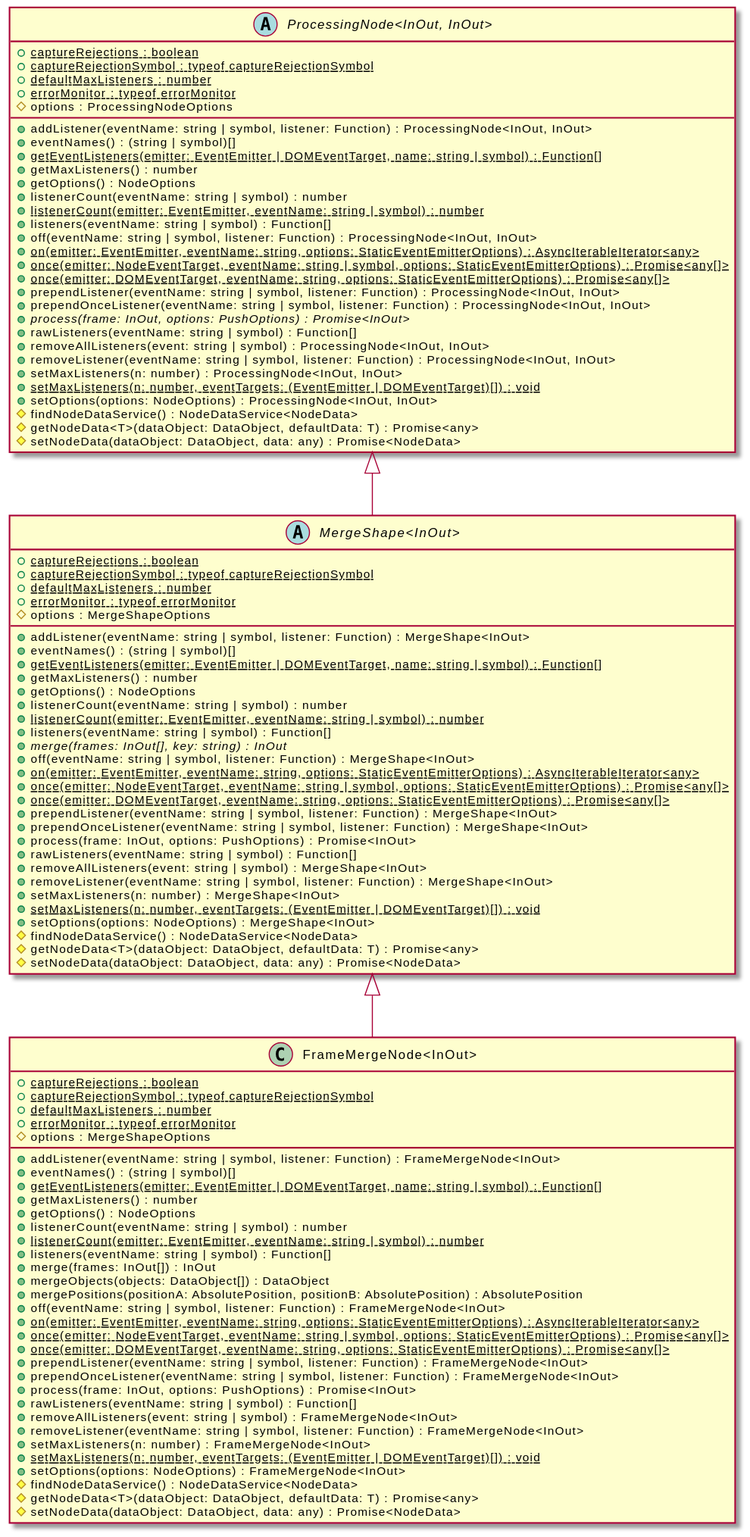
Before: assets/MergeShape-umlClassDiagram-11649.svg, a diagram exported from PlantUML (OpenHPS/openhps-core). Its diagram source:
```plantuml
@startuml
skinparam BackgroundColor transparent
hide empty methods
hide empty fields
abstract class "MergeShape<InOut>" {
    {static} +captureRejections : boolean
    {static} +captureRejectionSymbol : typeof captureRejectionSymbol
    {static} +defaultMaxListeners : number
    {static} +errorMonitor : typeof errorMonitor
    #options : MergeShapeOptions
    +addListener(eventName: string | symbol, listener: Function) : MergeShape<InOut>
    +eventNames() : (string | symbol)[]
    {static} +getEventListeners(emitter: EventEmitter | DOMEventTarget, name: string | symbol) : Function[]
    +getMaxListeners() : number
    +getOptions() : NodeOptions
    +listenerCount(eventName: string | symbol) : number
    {static} +listenerCount(emitter: EventEmitter, eventName: string | symbol) : number
    +listeners(eventName: string | symbol) : Function[]
    {abstract} +merge(frames: InOut[], key: string) : InOut
    +off(eventName: string | symbol, listener: Function) : MergeShape<InOut>
    {static} +on(emitter: EventEmitter, eventName: string, options: StaticEventEmitterOptions) : AsyncIterableIterator<any>
    {static} +once(emitter: NodeEventTarget, eventName: string | symbol, options: StaticEventEmitterOptions) : Promise<any[]>
    {static} +once(emitter: DOMEventTarget, eventName: string, options: StaticEventEmitterOptions) : Promise<any[]>
    +prependListener(eventName: string | symbol, listener: Function) : MergeShape<InOut>
    +prependOnceListener(eventName: string | symbol, listener: Function) : MergeShape<InOut>
    +process(frame: InOut, options: PushOptions) : Promise<InOut>
    +rawListeners(eventName: string | symbol) : Function[]
    +removeAllListeners(event: string | symbol) : MergeShape<InOut>
    +removeListener(eventName: string | symbol, listener: Function) : MergeShape<InOut>
    +setMaxListeners(n: number) : MergeShape<InOut>
    {static} +setMaxListeners(n: number, eventTargets: (EventEmitter | DOMEventTarget)[]) : void
    +setOptions(options: NodeOptions) : MergeShape<InOut>
    #findNodeDataService() : NodeDataService<NodeData>
    #getNodeData<T>(dataObject: DataObject, defaultData: T) : Promise<any>
    #setNodeData(dataObject: DataObject, data: any) : Promise<NodeData>
}
abstract class "ProcessingNode<InOut, InOut>" {
    {static} +captureRejections : boolean
    {static} +captureRejectionSymbol : typeof captureRejectionSymbol
    {static} +defaultMaxListeners : number
    {static} +errorMonitor : typeof errorMonitor
    #options : ProcessingNodeOptions
    +addListener(eventName: string | symbol, listener: Function) : ProcessingNode<InOut, InOut>
    +eventNames() : (string | symbol)[]
    {static} +getEventListeners(emitter: EventEmitter | DOMEventTarget, name: string | symbol) : Function[]
    +getMaxListeners() : number
    +getOptions() : NodeOptions
    +listenerCount(eventName: string | symbol) : number
    {static} +listenerCount(emitter: EventEmitter, eventName: string | symbol) : number
    +listeners(eventName: string | symbol) : Function[]
    +off(eventName: string | symbol, listener: Function) : ProcessingNode<InOut, InOut>
    {static} +on(emitter: EventEmitter, eventName: string, options: StaticEventEmitterOptions) : AsyncIterableIterator<any>
    {static} +once(emitter: NodeEventTarget, eventName: string | symbol, options: StaticEventEmitterOptions) : Promise<any[]>
    {static} +once(emitter: DOMEventTarget, eventName: string, options: StaticEventEmitterOptions) : Promise<any[]>
    +prependListener(eventName: string | symbol, listener: Function) : ProcessingNode<InOut, InOut>
    +prependOnceListener(eventName: string | symbol, listener: Function) : ProcessingNode<InOut, InOut>
    {abstract} +process(frame: InOut, options: PushOptions) : Promise<InOut>
    +rawListeners(eventName: string | symbol) : Function[]
    +removeAllListeners(event: string | symbol) : ProcessingNode<InOut, InOut>
    +removeListener(eventName: string | symbol, listener: Function) : ProcessingNode<InOut, InOut>
    +setMaxListeners(n: number) : ProcessingNode<InOut, InOut>
    {static} +setMaxListeners(n: number, eventTargets: (EventEmitter | DOMEventTarget)[]) : void
    +setOptions(options: NodeOptions) : ProcessingNode<InOut, InOut>
    #findNodeDataService() : NodeDataService<NodeData>
    #getNodeData<T>(dataObject: DataObject, defaultData: T) : Promise<any>
    #setNodeData(dataObject: DataObject, data: any) : Promise<NodeData>
}
"ProcessingNode<InOut, InOut>" <|-- "MergeShape<InOut>"
class "FrameMergeNode<InOut>" {
    {static} +captureRejections : boolean
    {static} +captureRejectionSymbol : typeof captureRejectionSymbol
    {static} +defaultMaxListeners : number
    {static} +errorMonitor : typeof errorMonitor
    #options : MergeShapeOptions
    +addListener(eventName: string | symbol, listener: Function) : FrameMergeNode<InOut>
    +eventNames() : (string | symbol)[]
    {static} +getEventListeners(emitter: EventEmitter | DOMEventTarget, name: string | symbol) : Function[]
    +getMaxListeners() : number
    +getOptions() : NodeOptions
    +listenerCount(eventName: string | symbol) : number
    {static} +listenerCount(emitter: EventEmitter, eventName: string | symbol) : number
    +listeners(eventName: string | symbol) : Function[]
    +merge(frames: InOut[]) : InOut
    +mergeObjects(objects: DataObject[]) : DataObject
    +mergePositions(positionA: AbsolutePosition, positionB: AbsolutePosition) : AbsolutePosition
    +off(eventName: string | symbol, listener: Function) : FrameMergeNode<InOut>
    {static} +on(emitter: EventEmitter, eventName: string, options: StaticEventEmitterOptions) : AsyncIterableIterator<any>
    {static} +once(emitter: NodeEventTarget, eventName: string | symbol, options: StaticEventEmitterOptions) : Promise<any[]>
    {static} +once(emitter: DOMEventTarget, eventName: string, options: StaticEventEmitterOptions) : Promise<any[]>
    +prependListener(eventName: string | symbol, listener: Function) : FrameMergeNode<InOut>
    +prependOnceListener(eventName: string | symbol, listener: Function) : FrameMergeNode<InOut>
    +process(frame: InOut, options: PushOptions) : Promise<InOut>
    +rawListeners(eventName: string | symbol) : Function[]
    +removeAllListeners(event: string | symbol) : FrameMergeNode<InOut>
    +removeListener(eventName: string | symbol, listener: Function) : FrameMergeNode<InOut>
    +setMaxListeners(n: number) : FrameMergeNode<InOut>
    {static} +setMaxListeners(n: number, eventTargets: (EventEmitter | DOMEventTarget)[]) : void
    +setOptions(options: NodeOptions) : FrameMergeNode<InOut>
    #findNodeDataService() : NodeDataService<NodeData>
    #getNodeData<T>(dataObject: DataObject, defaultData: T) : Promise<any>
    #setNodeData(dataObject: DataObject, data: any) : Promise<NodeData>
}
"MergeShape<InOut>" <|-- "FrameMergeNode<InOut>"
@enduml
```
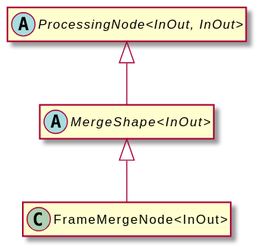
After the change.

The edit, as a diff of the source:
```diff
@@ -3,102 +3,11 @@
 hide empty methods
 hide empty fields
 abstract class "MergeShape<InOut>" {
-    {static} +captureRejections : boolean
-    {static} +captureRejectionSymbol : typeof captureRejectionSymbol
-    {static} +defaultMaxListeners : number
-    {static} +errorMonitor : typeof errorMonitor
-    #options : MergeShapeOptions
-    +addListener(eventName: string | symbol, listener: Function) : MergeShape<InOut>
-    +eventNames() : (string | symbol)[]
-    {static} +getEventListeners(emitter: EventEmitter | DOMEventTarget, name: string | symbol) : Function[]
-    +getMaxListeners() : number
-    +getOptions() : NodeOptions
-    +listenerCount(eventName: string | symbol) : number
-    {static} +listenerCount(emitter: EventEmitter, eventName: string | symbol) : number
-    +listeners(eventName: string | symbol) : Function[]
-    {abstract} +merge(frames: InOut[], key: string) : InOut
-    +off(eventName: string | symbol, listener: Function) : MergeShape<InOut>
-    {static} +on(emitter: EventEmitter, eventName: string, options: StaticEventEmitterOptions) : AsyncIterableIterator<any>
-    {static} +once(emitter: NodeEventTarget, eventName: string | symbol, options: StaticEventEmitterOptions) : Promise<any[]>
-    {static} +once(emitter: DOMEventTarget, eventName: string, options: StaticEventEmitterOptions) : Promise<any[]>
-    +prependListener(eventName: string | symbol, listener: Function) : MergeShape<InOut>
-    +prependOnceListener(eventName: string | symbol, listener: Function) : MergeShape<InOut>
-    +process(frame: InOut, options: PushOptions) : Promise<InOut>
-    +rawListeners(eventName: string | symbol) : Function[]
-    +removeAllListeners(event: string | symbol) : MergeShape<InOut>
-    +removeListener(eventName: string | symbol, listener: Function) : MergeShape<InOut>
-    +setMaxListeners(n: number) : MergeShape<InOut>
-    {static} +setMaxListeners(n: number, eventTargets: (EventEmitter | DOMEventTarget)[]) : void
-    +setOptions(options: NodeOptions) : MergeShape<InOut>
-    #findNodeDataService() : NodeDataService<NodeData>
-    #getNodeData<T>(dataObject: DataObject, defaultData: T) : Promise<any>
-    #setNodeData(dataObject: DataObject, data: any) : Promise<NodeData>
 }
 abstract class "ProcessingNode<InOut, InOut>" {
-    {static} +captureRejections : boolean
-    {static} +captureRejectionSymbol : typeof captureRejectionSymbol
-    {static} +defaultMaxListeners : number
-    {static} +errorMonitor : typeof errorMonitor
-    #options : ProcessingNodeOptions
-    +addListener(eventName: string | symbol, listener: Function) : ProcessingNode<InOut, InOut>
-    +eventNames() : (string | symbol)[]
-    {static} +getEventListeners(emitter: EventEmitter | DOMEventTarget, name: string | symbol) : Function[]
-    +getMaxListeners() : number
-    +getOptions() : NodeOptions
-    +listenerCount(eventName: string | symbol) : number
-    {static} +listenerCount(emitter: EventEmitter, eventName: string | symbol) : number
-    +listeners(eventName: string | symbol) : Function[]
-    +off(eventName: string | symbol, listener: Function) : ProcessingNode<InOut, InOut>
-    {static} +on(emitter: EventEmitter, eventName: string, options: StaticEventEmitterOptions) : AsyncIterableIterator<any>
-    {static} +once(emitter: NodeEventTarget, eventName: string | symbol, options: StaticEventEmitterOptions) : Promise<any[]>
-    {static} +once(emitter: DOMEventTarget, eventName: string, options: StaticEventEmitterOptions) : Promise<any[]>
-    +prependListener(eventName: string | symbol, listener: Function) : ProcessingNode<InOut, InOut>
-    +prependOnceListener(eventName: string | symbol, listener: Function) : ProcessingNode<InOut, InOut>
-    {abstract} +process(frame: InOut, options: PushOptions) : Promise<InOut>
-    +rawListeners(eventName: string | symbol) : Function[]
-    +removeAllListeners(event: string | symbol) : ProcessingNode<InOut, InOut>
-    +removeListener(eventName: string | symbol, listener: Function) : ProcessingNode<InOut, InOut>
-    +setMaxListeners(n: number) : ProcessingNode<InOut, InOut>
-    {static} +setMaxListeners(n: number, eventTargets: (EventEmitter | DOMEventTarget)[]) : void
-    +setOptions(options: NodeOptions) : ProcessingNode<InOut, InOut>
-    #findNodeDataService() : NodeDataService<NodeData>
-    #getNodeData<T>(dataObject: DataObject, defaultData: T) : Promise<any>
-    #setNodeData(dataObject: DataObject, data: any) : Promise<NodeData>
 }
 "ProcessingNode<InOut, InOut>" <|-- "MergeShape<InOut>"
 class "FrameMergeNode<InOut>" {
-    {static} +captureRejections : boolean
-    {static} +captureRejectionSymbol : typeof captureRejectionSymbol
-    {static} +defaultMaxListeners : number
-    {static} +errorMonitor : typeof errorMonitor
-    #options : MergeShapeOptions
-    +addListener(eventName: string | symbol, listener: Function) : FrameMergeNode<InOut>
-    +eventNames() : (string | symbol)[]
-    {static} +getEventListeners(emitter: EventEmitter | DOMEventTarget, name: string | symbol) : Function[]
-    +getMaxListeners() : number
-    +getOptions() : NodeOptions
-    +listenerCount(eventName: string | symbol) : number
-    {static} +listenerCount(emitter: EventEmitter, eventName: string | symbol) : number
-    +listeners(eventName: string | symbol) : Function[]
-    +merge(frames: InOut[]) : InOut
-    +mergeObjects(objects: DataObject[]) : DataObject
-    +mergePositions(positionA: AbsolutePosition, positionB: AbsolutePosition) : AbsolutePosition
-    +off(eventName: string | symbol, listener: Function) : FrameMergeNode<InOut>
-    {static} +on(emitter: EventEmitter, eventName: string, options: StaticEventEmitterOptions) : AsyncIterableIterator<any>
-    {static} +once(emitter: NodeEventTarget, eventName: string | symbol, options: StaticEventEmitterOptions) : Promise<any[]>
-    {static} +once(emitter: DOMEventTarget, eventName: string, options: StaticEventEmitterOptions) : Promise<any[]>
-    +prependListener(eventName: string | symbol, listener: Function) : FrameMergeNode<InOut>
-    +prependOnceListener(eventName: string | symbol, listener: Function) : FrameMergeNode<InOut>
-    +process(frame: InOut, options: PushOptions) : Promise<InOut>
-    +rawListeners(eventName: string | symbol) : Function[]
-    +removeAllListeners(event: string | symbol) : FrameMergeNode<InOut>
-    +removeListener(eventName: string | symbol, listener: Function) : FrameMergeNode<InOut>
-    +setMaxListeners(n: number) : FrameMergeNode<InOut>
-    {static} +setMaxListeners(n: number, eventTargets: (EventEmitter | DOMEventTarget)[]) : void
-    +setOptions(options: NodeOptions) : FrameMergeNode<InOut>
-    #findNodeDataService() : NodeDataService<NodeData>
-    #getNodeData<T>(dataObject: DataObject, defaultData: T) : Promise<any>
-    #setNodeData(dataObject: DataObject, data: any) : Promise<NodeData>
 }
 "MergeShape<InOut>" <|-- "FrameMergeNode<InOut>"
 @enduml
```
